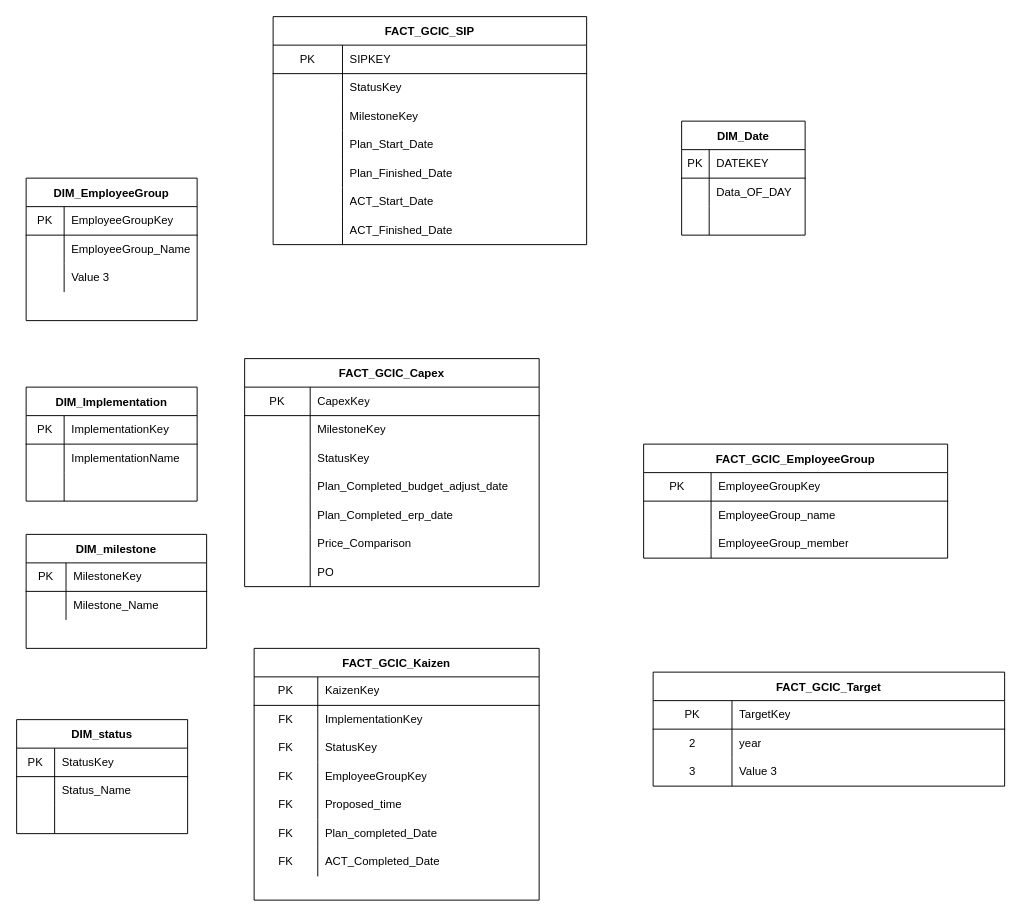
Above: Untitled Diagram.drawio in cyz12/an (draw.io), before the change. Source tidied: cells renumbered, new cells numbered last; positions are measured from the earlier drawing's top-left corner, leaving out a move shared by most shapes. Both pictures are drawn from the tidied source at 95%, with x=0, y=0 at pixel (16, 16).
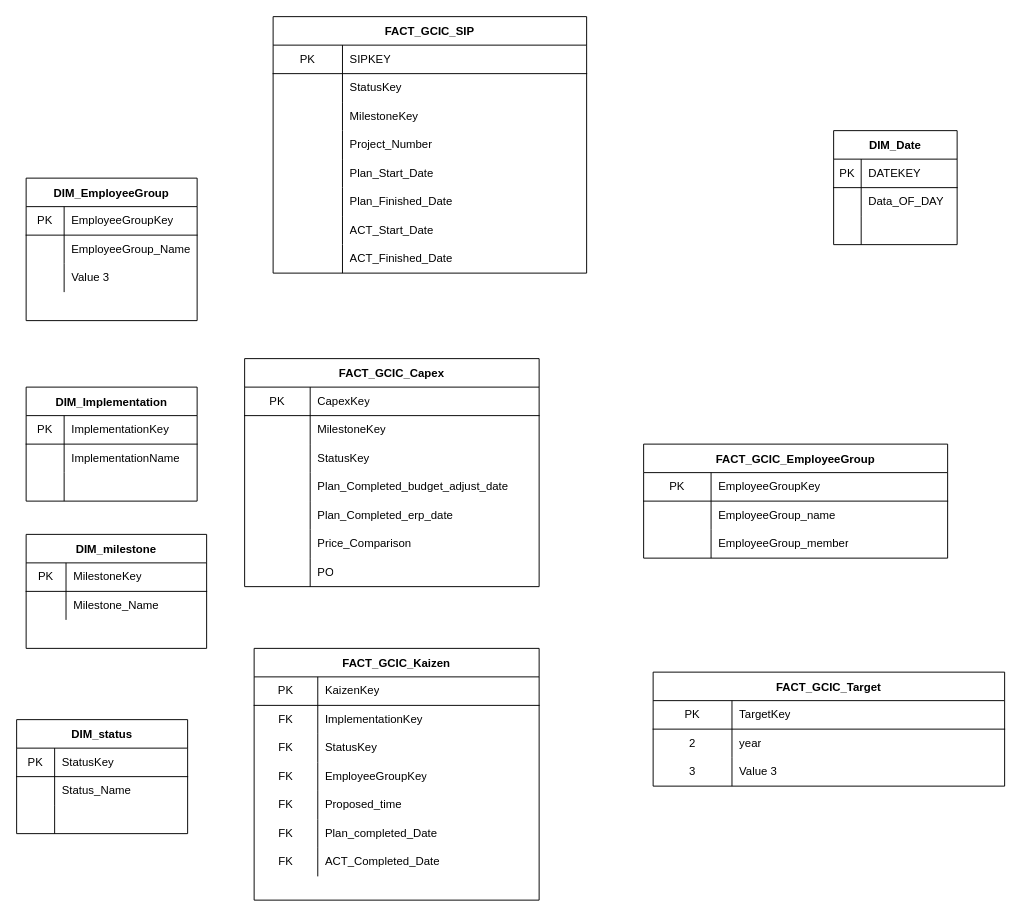
Above is the later version.

What changed in the source:
```diff
@@
     <mxCell id="12" value="FACT_GCIC_SIP" style="shape=table;startSize=30;childLayout=tableLayout;rowLines=0;fontStyle=1;align=center;" parent="1" vertex="1">
-      <mxGeometry x="270" width="330" height="240" as="geometry" />
+      <mxGeometry x="270" width="330" height="270" as="geometry" />
     </mxCell>
@@
+    <mxCell id="135" style="shape=partialRectangle;html=1;whiteSpace=wrap;fillColor=none;top=0;left=0;bottom=0;right=0;" parent="12" vertex="1">
+      <mxGeometry y="120" width="330" height="30" as="geometry" />
+    </mxCell>
+    <mxCell id="136" style="shape=partialRectangle;html=1;whiteSpace=wrap;fillColor=none;top=0;left=0;bottom=0;right=0;overflow=hidden;" parent="135" vertex="1">
+      <mxGeometry width="73" height="30" as="geometry" />
+    </mxCell>
+    <mxCell id="137" value="Project_Number" style="shape=partialRectangle;html=1;whiteSpace=wrap;fillColor=none;top=0;left=0;bottom=0;right=0;align=left;spacingLeft=6;overflow=hidden;" parent="135" vertex="1">
+      <mxGeometry x="73" width="257" height="30" as="geometry" />
+    </mxCell>
     <mxCell id="22" style="shape=partialRectangle;html=1;whiteSpace=wrap;fillColor=none;top=0;left=0;bottom=0;right=0;" parent="12" vertex="1">
-      <mxGeometry y="120" width="330" height="30" as="geometry" />
+      <mxGeometry y="150" width="330" height="30" as="geometry" />
     </mxCell>
@@
     <mxCell id="25" style="shape=partialRectangle;html=1;whiteSpace=wrap;fillColor=none;top=0;left=0;bottom=0;right=0;" parent="12" vertex="1">
-      <mxGeometry y="150" width="330" height="30" as="geometry" />
+      <mxGeometry y="180" width="330" height="30" as="geometry" />
     </mxCell>
@@
     <mxCell id="28" style="shape=partialRectangle;html=1;whiteSpace=wrap;fillColor=none;top=0;left=0;bottom=0;right=0;" parent="12" vertex="1">
-      <mxGeometry y="180" width="330" height="30" as="geometry" />
+      <mxGeometry y="210" width="330" height="30" as="geometry" />
     </mxCell>
@@
     <mxCell id="31" style="shape=partialRectangle;html=1;whiteSpace=wrap;fillColor=none;top=0;left=0;bottom=0;right=0;" parent="12" vertex="1">
-      <mxGeometry y="210" width="330" height="30" as="geometry" />
+      <mxGeometry y="240" width="330" height="30" as="geometry" />
     </mxCell>
@@
     <mxCell id="125" value="DIM_Date" style="shape=table;startSize=30;childLayout=tableLayout;rowLines=0;fontStyle=1;align=center;" parent="1" vertex="1">
-      <mxGeometry x="700" y="110" width="130" height="120" as="geometry" />
+      <mxGeometry x="860" y="120" width="130" height="120" as="geometry" />
     </mxCell>
```
